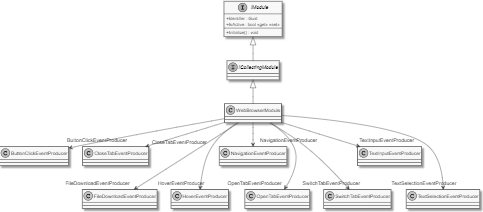
The PlantUML diagram documents/sd/resources/Classes/Modules/WebBrowser/WebBrowserModule.png in insightmind/MORR, before a commit. Its source is kept beside it as documents/sd/plantuml/application/Modules/WebBrowser/WebBrowserModule.puml. Source of this version:
```plantuml
@startuml
skinparam monochrome true
skinparam classAttributeIconSize 0

class WebBrowserModule {
}

ICollectingModule <|-- WebBrowserModule
interface ICollectingModule
interface IModule {
    + Identifier : Guid
    + IsActive : bool <<get>> <<set>>
    + Initialize() : void
}

IModule <|-- ICollectingModule
WebBrowserModule --> "ButtonClickEventProducer" ButtonClickEventProducer
WebBrowserModule =-> "CloseTabEventProducer" CloseTabEventProducer
WebBrowserModule ---> "FileDownloadEventProducer" FileDownloadEventProducer
WebBrowserModule ---> "HoverEventProducer" HoverEventProducer
WebBrowserModule --> "NavigationEventProducer" NavigationEventProducer
WebBrowserModule ---> "OpenTabEventProducer" OpenTabEventProducer
WebBrowserModule ---> "SwitchTabEventProducer" SwitchTabEventProducer
WebBrowserModule --> "TextInputEventProducer" TextInputEventProducer
WebBrowserModule ---> "  TextSelectionEventProducer" TextSelectionEventProducer
@enduml
```
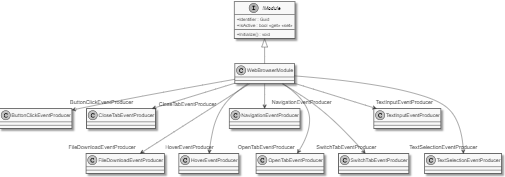
After the commit.

Commit message:
Remove ICollectingModule from diagrams

The edit, as a diff of the source:
```diff
@@ -5,15 +5,14 @@
 class WebBrowserModule {
 }
 
-ICollectingModule <|-- WebBrowserModule
-interface ICollectingModule
+
 interface IModule {
     + Identifier : Guid
     + IsActive : bool <<get>> <<set>>
     + Initialize() : void
 }
 
-IModule <|-- ICollectingModule
+IModule <|-- WebBrowserModule
 WebBrowserModule --> "ButtonClickEventProducer" ButtonClickEventProducer
 WebBrowserModule =-> "CloseTabEventProducer" CloseTabEventProducer
 WebBrowserModule ---> "FileDownloadEventProducer" FileDownloadEventProducer
```
